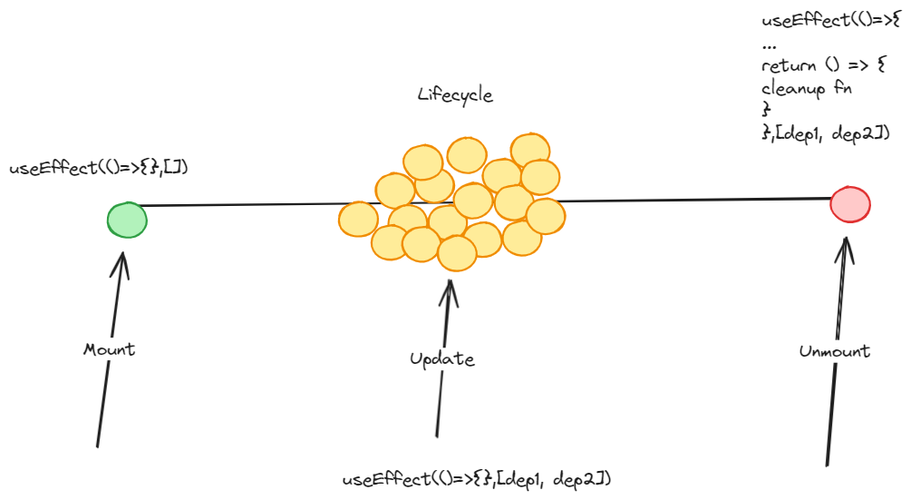
Before: src/.excalidraw.png, a diagram exported from Excalidraw (fidelmigel/FS_110_React). Source tidied: one line per element, renumbered; positions are measured from the earlier drawing's top-left corner, leaving out a move shared by most shapes.
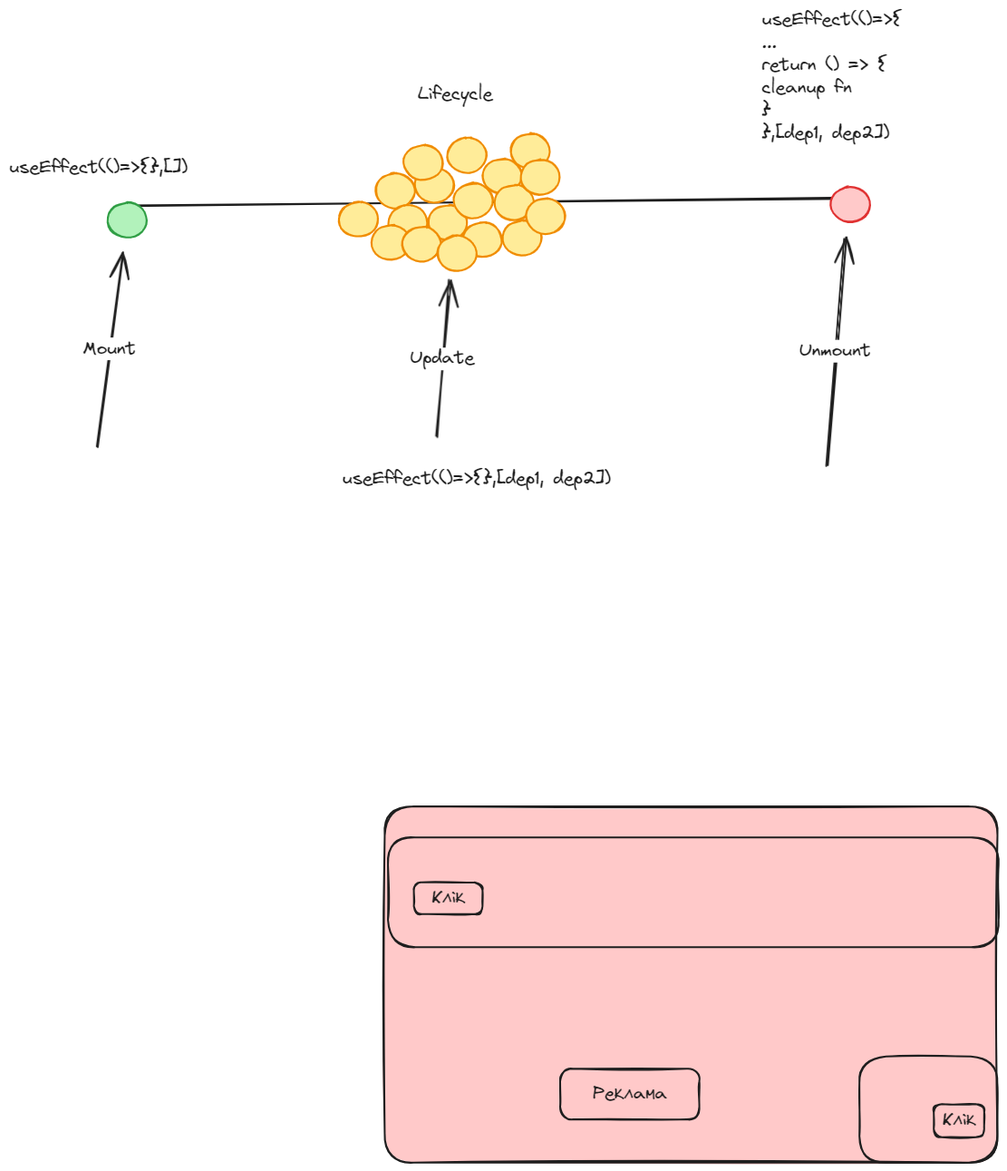
The same diagram one commit later.

Change to the diagram source:
```diff
@@ -29,3 +29,12 @@
 {"id": 28, "type": "text", "text": "useEffect(()=>{},[])", "strokeColor": "#1e1e1e", "backgroundColor": "#ffc9c9", "fillStyle": "solid", "strokeWidth": 2, "roughness": 1, "fontSize": 20, "fontFamily": 1, "x": 0, "y": 163, "width": 197, "height": 25}
 {"id": 29, "type": "text", "text": "useEffect(()=>{},[dep1, dep2])", "strokeColor": "#1e1e1e", "backgroundColor": "#ffc9c9", "fillStyle": "solid", "strokeWidth": 2, "roughness": 1, "fontSize": 20, "fontFamily": 1, "x": 368, "y": 506, "width": 296, "height": 25}
 {"id": 30, "type": "text", "text": "useEffect(()=>{\n...\nreturn () => {\ncleanup fn\n}\n},[dep1, dep2])", "strokeColor": "#1e1e1e", "backgroundColor": "#ffc9c9", "fillStyle": "solid", "strokeWidth": 2, "roughness": 1, "fontSize": 20, "fontFamily": 1, "x": 830, "y": 0, "width": 155, "height": 150}
+{"id": 31, "type": "rectangle", "strokeColor": "#1e1e1e", "backgroundColor": "#ffc9c9", "fillStyle": "solid", "strokeWidth": 2, "roughness": 1, "round": true, "x": 414, "y": 879, "width": 676, "height": 393}
+{"id": 32, "type": "rectangle", "strokeColor": "#1e1e1e", "backgroundColor": "#ffc9c9", "fillStyle": "solid", "strokeWidth": 2, "roughness": 1, "round": true, "x": 608, "y": 1168, "width": 154, "height": 56}
+{"id": 33, "type": "text", "text": "Реклама", "strokeColor": "#1e1e1e", "backgroundColor": "#ffc9c9", "fillStyle": "solid", "strokeWidth": 2, "roughness": 1, "fontSize": 20, "fontFamily": 1, "textAlign": "center", "verticalAlign": "middle", "inside": 32, "x": 644, "y": 1184, "width": 82, "height": 25}
+{"id": 34, "type": "rectangle", "strokeColor": "#1e1e1e", "backgroundColor": "#ffc9c9", "fillStyle": "solid", "strokeWidth": 2, "roughness": 1, "round": true, "x": 447, "y": 963, "width": 76, "height": 35}
+{"id": 35, "type": "text", "text": "Клік", "strokeColor": "#1e1e1e", "strokeWidth": 2, "roughness": 1, "fontSize": 20, "fontFamily": 1, "textAlign": "center", "verticalAlign": "middle", "inside": 34, "x": 466, "y": 968, "width": 38, "height": 25}
+{"id": 36, "type": "rectangle", "strokeColor": "#1e1e1e", "backgroundColor": "#ffc9c9", "fillStyle": "solid", "strokeWidth": 2, "roughness": 1, "round": true, "x": 1020, "y": 1207, "width": 56, "height": 36}
+{"id": 37, "type": "text", "text": "Клік", "strokeColor": "#1e1e1e", "strokeWidth": 2, "roughness": 1, "fontSize": 20, "fontFamily": 1, "textAlign": "center", "verticalAlign": "middle", "inside": 36, "x": 1029, "y": 1213, "width": 38, "height": 25}
+{"id": 38, "type": "rectangle", "strokeColor": "#1e1e1e", "strokeWidth": 2, "roughness": 1, "round": true, "x": 418, "y": 913, "width": 674, "height": 121}
+{"id": 39, "type": "rectangle", "strokeColor": "#1e1e1e", "strokeWidth": 2, "roughness": 1, "round": true, "x": 938, "y": 1155, "width": 152, "height": 117}
```
